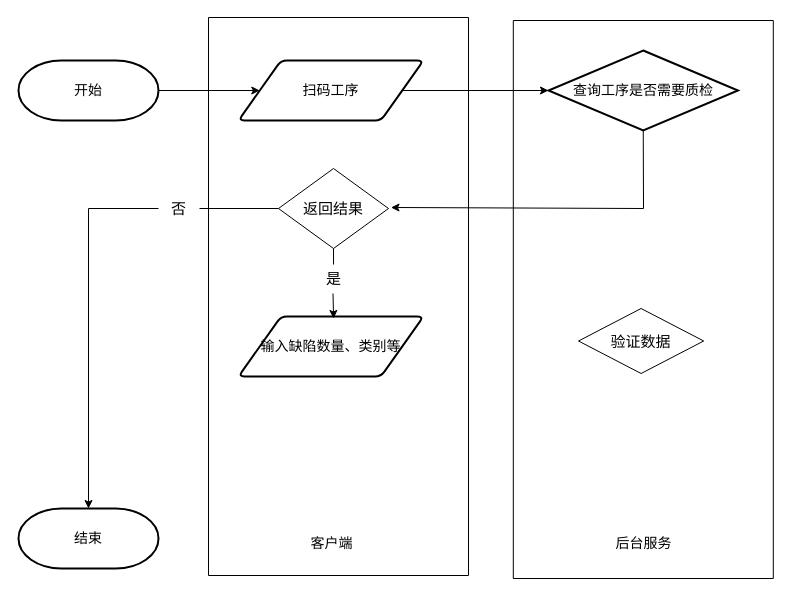
This is 质检流程.drawio from KNAI-I/test, a draw.io file, before an edit. Source tidied: cells renumbered, new cells numbered last; positions are measured from the earlier drawing's top-left corner, leaving out a move shared by most shapes. Both pictures are drawn from the tidied source at 100%, with x=0, y=0 at pixel (18, 17).
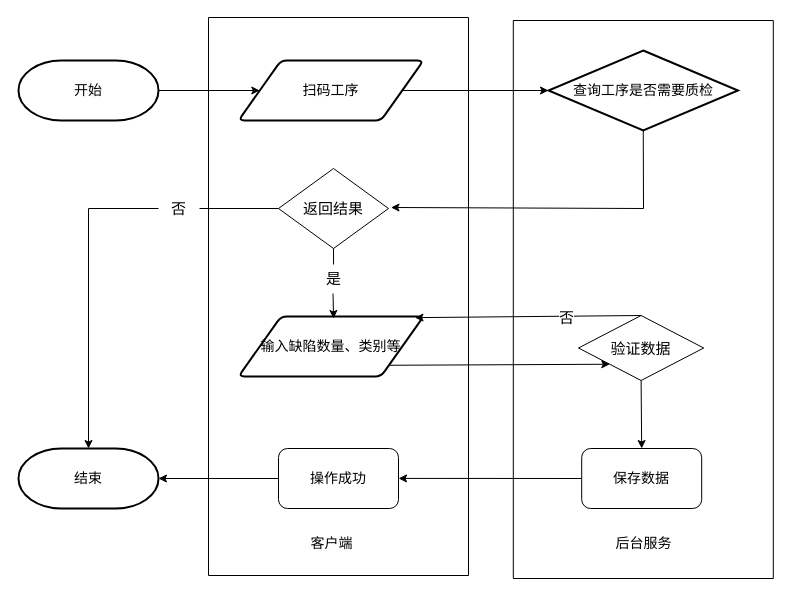
After the change.

Commit message (it also covers changes not shown here):
更新质检流程.drawio

Unchanged cells that the change refers to:
```xml
<mxCell id="3" style="verticalLabelPosition=bottom;verticalAlign=top;html=1;shape=mxgraph.basic.rect;fillColor2=none;strokeWidth=1;size=20;indent=5;fontSize=14;" parent="1" vertex="1">
  <mxGeometry x="190" width="260" height="558" as="geometry" />
</mxCell>
<mxCell id="17" value="输入缺陷数量、类别等" style="shape=parallelogram;html=1;strokeWidth=2;perimeter=parallelogramPerimeter;whiteSpace=wrap;rounded=1;arcSize=12;size=0.23;fontSize=14;" parent="1" vertex="1">
  <mxGeometry x="220" y="299" width="185" height="60" as="geometry" />
</mxCell>
```

Diff of the diagram source:
```diff
@@
     <mxCell id="7" value="结束" style="strokeWidth=2;html=1;shape=mxgraph.flowchart.terminator;whiteSpace=wrap;fontSize=14;" parent="1" vertex="1">
-      <mxGeometry y="491" width="140" height="60" as="geometry" />
+      <mxGeometry y="431" width="140" height="60" as="geometry" />
     </mxCell>
@@
     <mxCell id="21" value="验证数据" style="rhombus;whiteSpace=wrap;html=1;fontSize=15;" parent="1" vertex="1">
-      <mxGeometry x="560" y="291" width="125.2" height="65" as="geometry" />
+      <mxGeometry x="560" y="298" width="125.2" height="65" as="geometry" />
     </mxCell>
+    <mxCell id="22" style="endArrow=classic;html=1;rounded=0;fontSize=15;entryX=0;entryY=1;entryDx=0;entryDy=0;exitX=1;exitY=1;exitDx=0;exitDy=0;" parent="1" edge="1" source="17" target="21">
+      <mxGeometry relative="1" as="geometry" />
+    </mxCell>
+    <mxCell id="23" style="endArrow=classic;html=1;rounded=0;fontSize=15;exitX=0.5;exitY=0;exitDx=0;exitDy=0;entryX=0.954;entryY=0.019;entryDx=0;entryDy=0;entryPerimeter=0;" parent="1" edge="1" source="21" target="17">
+      <mxGeometry relative="1" as="geometry" />
+    </mxCell>
+    <mxCell id="24" value="否" style="edgeLabel;html=1;align=center;verticalAlign=middle;fontSize=15;" parent="23" vertex="1">
+      <mxGeometry x="0.12" relative="1" as="geometry">
+        <mxPoint x="52" as="offset" />
+      </mxGeometry>
+    </mxCell>
+    <mxCell id="25" value="保存数据" style="rounded=1;whiteSpace=wrap;html=1;fontSize=14;" parent="1" vertex="1">
+      <mxGeometry x="563.2" y="431" width="120" height="60" as="geometry" />
+    </mxCell>
+    <mxCell id="26" style="endArrow=classic;html=1;rounded=0;fontSize=15;entryX=0.5;entryY=0;entryDx=0;entryDy=0;exitX=0.5;exitY=1;exitDx=0;exitDy=0;" parent="1" edge="1" source="21" target="25">
+      <mxGeometry relative="1" as="geometry" />
+    </mxCell>
+    <mxCell id="27" value="操作成功" style="rounded=1;whiteSpace=wrap;html=1;fontSize=14;" parent="1" vertex="1">
+      <mxGeometry x="260" y="431" width="120" height="60" as="geometry" />
+    </mxCell>
+    <mxCell id="28" style="endArrow=classic;html=1;rounded=0;fontSize=15;exitX=0;exitY=0.5;exitDx=0;exitDy=0;entryX=0.731;entryY=0.826;entryDx=0;entryDy=0;entryPerimeter=0;" parent="1" edge="1" source="25" target="3">
+      <mxGeometry relative="1" as="geometry" />
+    </mxCell>
+    <mxCell id="29" style="endArrow=classic;html=1;rounded=0;fontSize=15;exitX=0;exitY=0.5;exitDx=0;exitDy=0;entryX=1;entryY=0.5;entryDx=0;entryDy=0;entryPerimeter=0;" parent="1" edge="1" source="27" target="7">
+      <mxGeometry relative="1" as="geometry" />
+    </mxCell>
```
